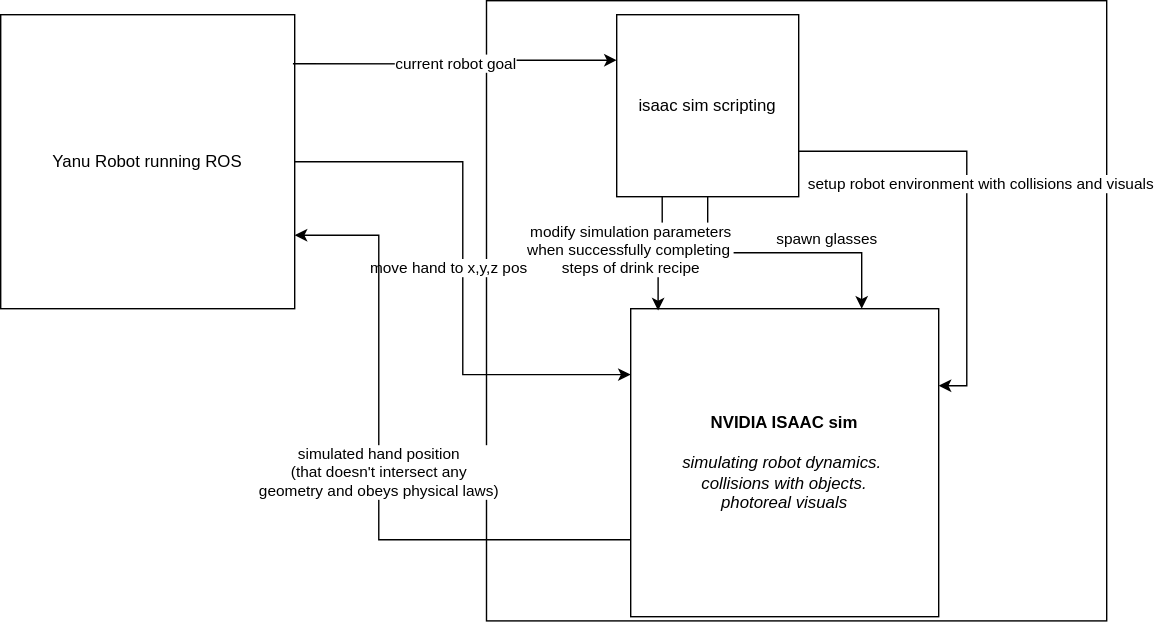
The draw.io diagram yanu-aire-service-sim.drawio.svg in ai-robotics-estonia/2023_yanu_service_robot, before a commit. Source tidied: cells renumbered, new cells last; positions are measured from the earlier drawing's top-left corner, leaving out a move shared by most shapes.
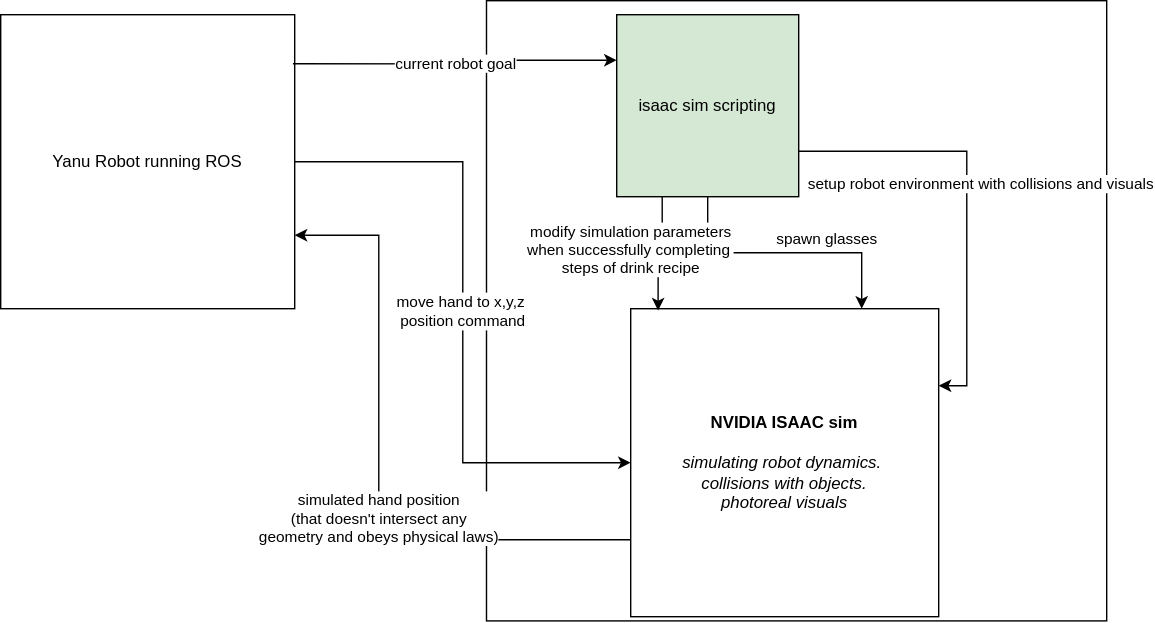
The same diagram one commit later.

What changed in the source:
```diff
@@ -5,14 +5,14 @@
     <mxCell id="2" style="whiteSpace=wrap;html=1;" parent="1" vertex="1">
       <mxGeometry x="347" width="443" height="443" as="geometry" />
     </mxCell>
-    <mxCell id="3" value="move hand to x,y,z position" style="edgeStyle=orthogonalEdgeStyle;rounded=0;jettySize=auto;html=1;exitX=1;exitY=0.5;exitDx=0;exitDy=0;entryX=0;entryY=0.214;entryDx=0;entryDy=0;entryPerimeter=0;" parent="1" edge="1" source="4" target="6">
+    <mxCell id="3" value="&lt;div&gt;move hand to x,y,z&amp;nbsp;&lt;/div&gt;&lt;div&gt;position command&lt;br&gt;&lt;/div&gt;" style="edgeStyle=orthogonalEdgeStyle;rounded=0;jettySize=auto;html=1;exitX=1;exitY=0.5;exitDx=0;exitDy=0;entryX=0;entryY=0.5;entryDx=0;entryDy=0;" parent="1" edge="1" source="4" target="6">
       <mxGeometry relative="1" as="geometry" />
     </mxCell>
     <mxCell id="4" value="Yanu Robot running ROS" style="whiteSpace=wrap;html=1;" parent="1" vertex="1">
       <mxGeometry y="10" width="210" height="210" as="geometry" />
     </mxCell>
     <mxCell id="5" value="&lt;div&gt;simulated hand position&lt;/div&gt;&lt;div&gt;(that doesn't intersect any&lt;/div&gt;&lt;div&gt;geometry and obeys physical laws)&lt;/div&gt;" style="edgeStyle=orthogonalEdgeStyle;rounded=0;jettySize=auto;html=1;exitX=0;exitY=0.75;exitDx=0;exitDy=0;entryX=1;entryY=0.75;entryDx=0;entryDy=0;" parent="1" edge="1" source="6" target="4">
-      <mxGeometry relative="1" as="geometry">
+      <mxGeometry x="-0.15" relative="1" as="geometry">
         <Array as="points">
           <mxPoint x="270" y="385" />
           <mxPoint x="270" y="168" />
@@ -33,12 +33,12 @@
     <mxCell id="9" value="&lt;div&gt;spawn glasses&lt;/div&gt;" style="edgeStyle=orthogonalEdgeStyle;rounded=0;jettySize=auto;html=1;exitX=0.5;exitY=1;exitDx=0;exitDy=0;entryX=0.75;entryY=0;entryDx=0;entryDy=0;" parent="1" edge="1" source="10" target="6">
       <mxGeometry x="0.32" y="10" relative="1" as="geometry" />
     </mxCell>
-    <mxCell id="10" value="&lt;div&gt;isaac sim scripting&lt;/div&gt;" style="whiteSpace=wrap;html=1;" parent="1" vertex="1">
+    <mxCell id="10" value="&lt;div&gt;isaac sim scripting&lt;/div&gt;" style="whiteSpace=wrap;html=1;fillColor=#D5E8D4;" parent="1" vertex="1">
       <mxGeometry x="440" y="10" width="130" height="130" as="geometry" />
     </mxCell>
     <mxCell id="11" value="&lt;div&gt;modify simulation parameters&lt;/div&gt;&lt;div&gt;when successfully completing&amp;nbsp;&lt;/div&gt;&lt;div&gt;steps of drink recipe&lt;/div&gt;" style="edgeStyle=orthogonalEdgeStyle;rounded=0;jettySize=auto;html=1;exitX=0.25;exitY=1;exitDx=0;exitDy=0;entryX=0.089;entryY=0.006;entryDx=0;entryDy=0;entryPerimeter=0;" parent="1" edge="1" source="10" target="6">
-      <mxGeometry x="0.56" y="-32" relative="1" as="geometry">
-        <mxPoint x="12" y="-25" as="offset" />
+      <mxGeometry x="0.02" y="-20" relative="1" as="geometry">
+        <mxPoint y="-3" as="offset" />
       </mxGeometry>
     </mxCell>
   </root>
```
